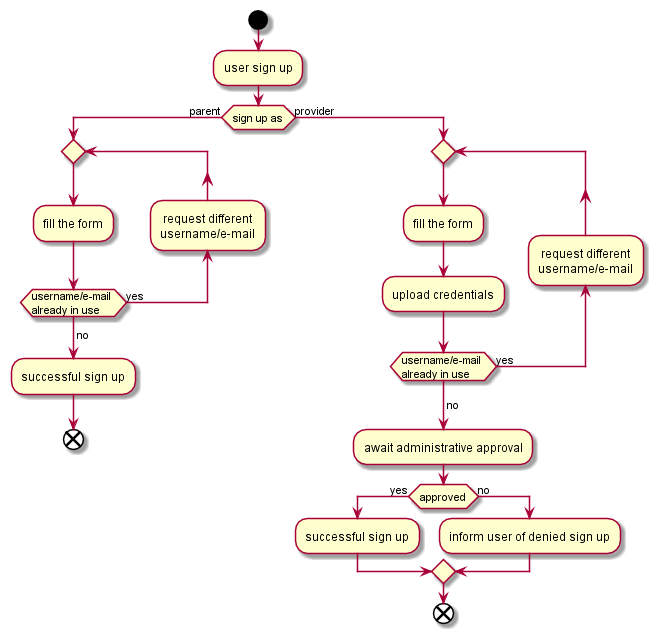
Before: plantUml/PNGs/Activity-signUp.png, a diagram exported from PlantUML (OrestisKariotis/Stack-Over-Flowers).
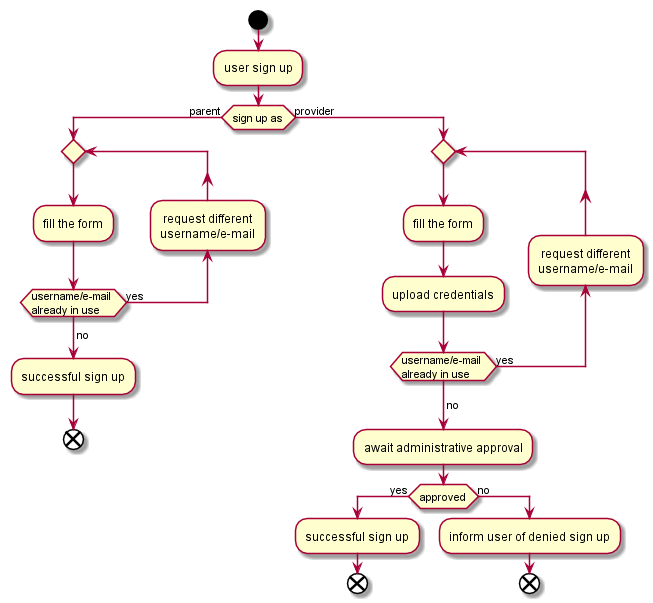
Above is the later version.

Commit message:
Additional modifications to uml diagramms.

What changed in the source:
```diff
@@ -20,10 +20,11 @@
 	:await administrative approval;
 	if (approved) then (yes)
 		:successful sign up;
+		end
 	else (no)
 		:inform user of denied sign up;
+		end
 	endif
-	end
 endif
 
 @enduml
```
